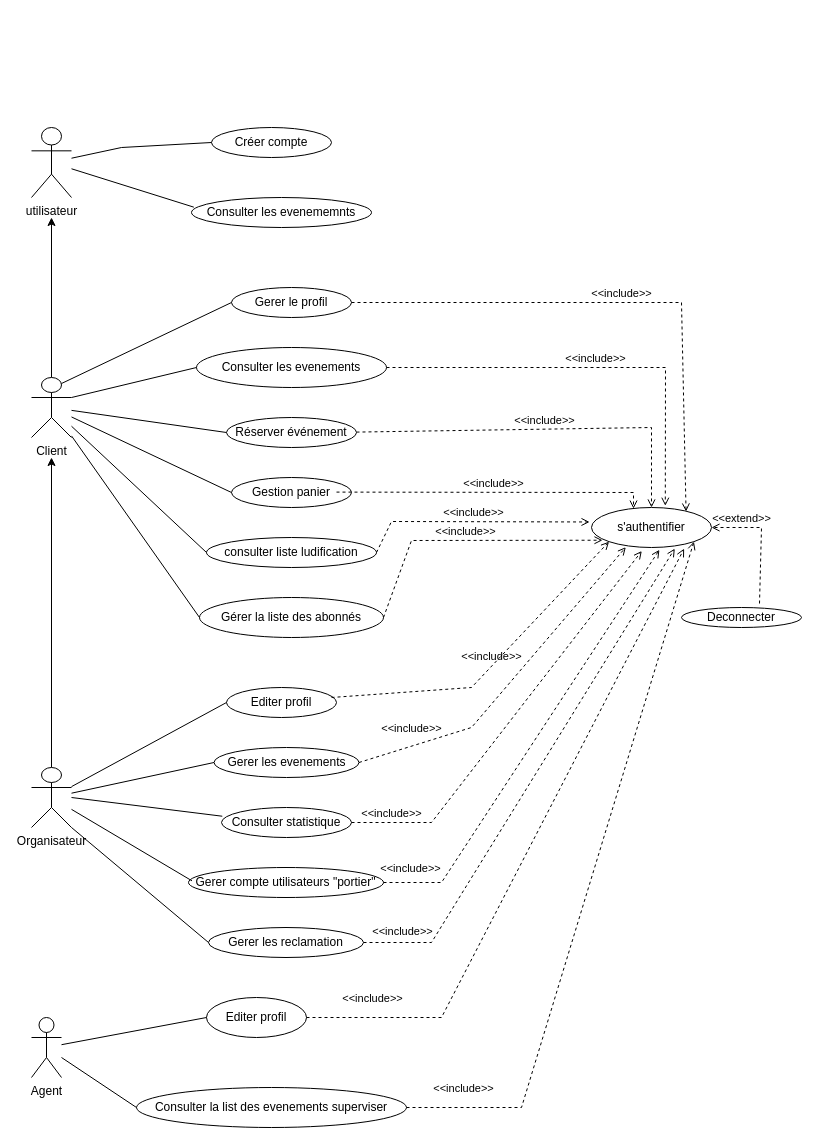
mohamedimem/event- keeps this draw.io diagram as Diagram de cas utilisation/genreal.drawio. Above is the earlier version. Source tidied: cells renumbered, new cells numbered last; positions are measured from the earlier drawing's top-left corner, leaving out a move shared by most shapes. Both pictures are drawn from the tidied source at 100%, with x=0, y=0 at pixel (31, 127).
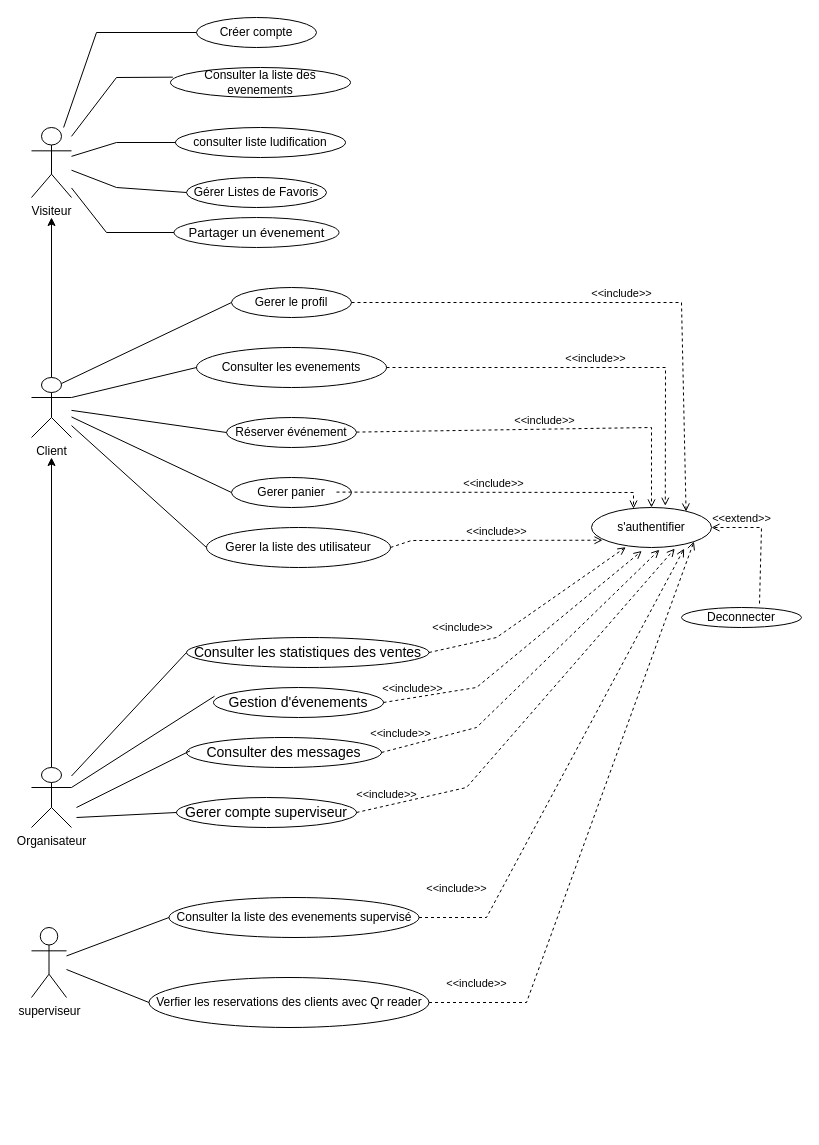
The same diagram, later.

Commit message:
Mettre à jour genreal.drawio

Unchanged cells that the change refers to:
```xml
<mxCell id="8" value="Client" style="shape=umlActor;verticalLabelPosition=bottom;verticalAlign=top;html=1;outlineConnect=0;" parent="1" vertex="1">
  <mxGeometry y="250" width="40" height="60" as="geometry" />
</mxCell>
<mxCell id="23" value="&lt;div&gt;Organisateur&lt;/div&gt;&lt;div&gt;&lt;br&gt;&lt;/div&gt;" style="shape=umlActor;verticalLabelPosition=bottom;verticalAlign=top;html=1;outlineConnect=0;" parent="1" vertex="1">
  <mxGeometry y="640" width="40" height="60" as="geometry" />
</mxCell>
<mxCell id="39" value="s'authentifier" style="ellipse;whiteSpace=wrap;html=1;" parent="1" vertex="1">
  <mxGeometry x="560" y="380" width="120" height="40" as="geometry" />
</mxCell>
```

Change to the diagram source:
```diff
@@
-    <mxCell id="2" value="utilisateur" style="shape=umlActor;verticalLabelPosition=bottom;verticalAlign=top;html=1;outlineConnect=0;" parent="1" vertex="1">
+    <mxCell id="2" value="Visiteur" style="shape=umlActor;verticalLabelPosition=bottom;verticalAlign=top;html=1;outlineConnect=0;" parent="1" vertex="1">
       <mxGeometry width="40" height="70" as="geometry" />
     </mxCell>
     <mxCell id="3" value="Créer compte" style="ellipse;whiteSpace=wrap;html=1;" parent="1" vertex="1">
-      <mxGeometry x="180" width="120" height="30" as="geometry" />
+      <mxGeometry x="165" y="-110" width="120" height="30" as="geometry" />
     </mxCell>
-    <mxCell id="4" value="Consulter les evenememnts" style="ellipse;whiteSpace=wrap;html=1;" parent="1" vertex="1">
-      <mxGeometry x="160" y="70" width="180" height="30" as="geometry" />
+    <mxCell id="4" value="Consulter la liste des evenements" style="ellipse;whiteSpace=wrap;html=1;" parent="1" vertex="1">
+      <mxGeometry x="139" y="-60" width="180" height="30" as="geometry" />
     </mxCell>
     <mxCell id="5" style="endArrow=none;html=1;rounded=0;entryX=0;entryY=0.5;entryDx=0;entryDy=0;" parent="1" edge="1" source="2" target="3">
       <mxGeometry relative="1" as="geometry">
         <Array as="points">
-          <mxPoint x="90" y="20" />
+          <mxPoint x="65" y="-95" />
         </Array>
       </mxGeometry>
     </mxCell>
     <mxCell id="6" style="endArrow=none;html=1;rounded=0;entryX=0.013;entryY=0.322;entryDx=0;entryDy=0;entryPerimeter=0;" parent="1" edge="1" source="2" target="4">
-      <mxGeometry relative="1" as="geometry" />
+      <mxGeometry relative="1" as="geometry">
+        <Array as="points">
+          <mxPoint x="85" y="-50" />
+        </Array>
+      </mxGeometry>
     </mxCell>
@@
-    <mxCell id="10" value="Gestion panier" style="ellipse;whiteSpace=wrap;html=1;" parent="1" vertex="1">
+    <mxCell id="10" value="Gerer panier" style="ellipse;whiteSpace=wrap;html=1;" parent="1" vertex="1">
       <mxGeometry x="200" y="350" width="120" height="30" as="geometry" />
     </mxCell>
@@
-    <mxCell id="12" value="consulter liste ludification" style="ellipse;whiteSpace=wrap;html=1;" parent="1" vertex="1">
-      <mxGeometry x="175" y="410" width="170" height="30" as="geometry" />
-    </mxCell>
@@
-    <mxCell id="14" value="Gérer la liste des abonnés" style="ellipse;whiteSpace=wrap;html=1;" parent="1" vertex="1">
-      <mxGeometry x="168" y="470" width="184" height="40" as="geometry" />
+    <mxCell id="14" value="Gerer la liste des utilisateur" style="ellipse;whiteSpace=wrap;html=1;" parent="1" vertex="1">
+      <mxGeometry x="175" y="400" width="184" height="40" as="geometry" />
     </mxCell>
@@
-    <mxCell id="20" style="endArrow=none;html=1;rounded=0;entryX=0;entryY=0.5;entryDx=0;entryDy=0;" parent="1" edge="1" source="8" target="12">
-      <mxGeometry relative="1" as="geometry" />
-    </mxCell>
@@
-    <mxCell id="24" value="Editer profil" style="ellipse;whiteSpace=wrap;html=1;" parent="1" vertex="1">
-      <mxGeometry x="195" y="560" width="110" height="30" as="geometry" />
-    </mxCell>
-    <mxCell id="25" value="Gerer les evenements" style="ellipse;whiteSpace=wrap;html=1;" parent="1" vertex="1">
-      <mxGeometry x="182.5" y="620" width="145" height="30" as="geometry" />
+    <mxCell id="25" value="&lt;font style=&quot;font-size: 14px;&quot;&gt;Consulter les statistiques des ventes &lt;/font&gt;" style="ellipse;whiteSpace=wrap;html=1;" parent="1" vertex="1">
+      <mxGeometry x="155" y="510" width="242.5" height="30" as="geometry" />
     </mxCell>
-    <mxCell id="26" value="Consulter statistique" style="ellipse;whiteSpace=wrap;html=1;" parent="1" vertex="1">
-      <mxGeometry x="190" y="680" width="130" height="30" as="geometry" />
+    <mxCell id="26" value="&lt;font style=&quot;font-size: 14px;&quot;&gt;Gestion d'évenements&lt;/font&gt;" style="ellipse;whiteSpace=wrap;html=1;" parent="1" vertex="1">
+      <mxGeometry x="182" y="560" width="170" height="30" as="geometry" />
     </mxCell>
-    <mxCell id="27" value="Gerer compte utilisateurs &quot;portier&quot;" style="ellipse;whiteSpace=wrap;html=1;" parent="1" vertex="1">
-      <mxGeometry x="157" y="740" width="195" height="30" as="geometry" />
+    <mxCell id="27" value="&lt;font style=&quot;font-size: 14px;&quot;&gt;Consulter des messages  &lt;/font&gt;" style="ellipse;whiteSpace=wrap;html=1;" parent="1" vertex="1">
+      <mxGeometry x="155" y="610" width="195" height="30" as="geometry" />
     </mxCell>
-    <mxCell id="28" value="Gerer les reclamation" style="ellipse;whiteSpace=wrap;html=1;" parent="1" vertex="1">
-      <mxGeometry x="177" y="800" width="155" height="30" as="geometry" />
+    <mxCell id="28" value="&lt;font style=&quot;font-size: 14px;&quot;&gt;Gerer compte superviseur&lt;/font&gt;" style="ellipse;whiteSpace=wrap;html=1;" parent="1" vertex="1">
+      <mxGeometry x="145" y="670" width="180" height="30" as="geometry" />
     </mxCell>
-    <mxCell id="29" style="endArrow=none;html=1;rounded=0;entryX=0.006;entryY=0.291;entryDx=0;entryDy=0;entryPerimeter=0;" parent="1" edge="1" target="26">
-      <mxGeometry relative="1" as="geometry">
-        <mxPoint x="40" y="670" as="sourcePoint" />
-      </mxGeometry>
+    <mxCell id="29" style="endArrow=none;html=1;rounded=0;entryX=0.006;entryY=0.291;entryDx=0;entryDy=0;entryPerimeter=0;exitX=1;exitY=0.3333333333333333;exitDx=0;exitDy=0;exitPerimeter=0;" parent="1" edge="1" source="23" target="26">
+      <mxGeometry relative="1" as="geometry" />
     </mxCell>
@@
-    <mxCell id="31" style="endArrow=none;html=1;rounded=0;entryX=0;entryY=0.5;entryDx=0;entryDy=0;" parent="1" edge="1" source="23" target="24">
-      <mxGeometry relative="1" as="geometry" />
-    </mxCell>
-    <mxCell id="32" style="endArrow=none;html=1;rounded=0;entryX=0.018;entryY=0.445;entryDx=0;entryDy=0;entryPerimeter=0;" parent="1" edge="1" source="23" target="27">
-      <mxGeometry relative="1" as="geometry" />
+    <mxCell id="32" style="endArrow=none;html=1;rounded=0;entryX=0.018;entryY=0.445;entryDx=0;entryDy=0;entryPerimeter=0;" parent="1" edge="1" target="27">
+      <mxGeometry relative="1" as="geometry">
+        <mxPoint x="45" y="680" as="sourcePoint" />
+      </mxGeometry>
     </mxCell>
-    <mxCell id="33" style="endArrow=none;html=1;rounded=0;exitX=1;exitY=1;exitDx=0;exitDy=0;exitPerimeter=0;entryX=0;entryY=0.5;entryDx=0;entryDy=0;" parent="1" edge="1" source="23" target="28">
-      <mxGeometry relative="1" as="geometry" />
+    <mxCell id="33" style="endArrow=none;html=1;rounded=0;entryX=0;entryY=0.5;entryDx=0;entryDy=0;" parent="1" edge="1" target="28">
+      <mxGeometry relative="1" as="geometry">
+        <mxPoint x="45" y="690" as="sourcePoint" />
+      </mxGeometry>
     </mxCell>
-    <mxCell id="34" value="Agent" style="shape=umlActor;verticalLabelPosition=bottom;verticalAlign=top;html=1;outlineConnect=0;" parent="1" vertex="1">
-      <mxGeometry y="890" width="30" height="60" as="geometry" />
+    <mxCell id="34" value="superviseur" style="shape=umlActor;verticalLabelPosition=bottom;verticalAlign=top;html=1;outlineConnect=0;" parent="1" vertex="1">
+      <mxGeometry y="800" width="35" height="70" as="geometry" />
     </mxCell>
-    <mxCell id="35" value="Editer profil" style="ellipse;whiteSpace=wrap;html=1;" parent="1" vertex="1">
-      <mxGeometry x="175" y="870" width="100" height="40" as="geometry" />
+    <mxCell id="35" value="Consulter la liste des evenements supervisé" style="ellipse;whiteSpace=wrap;html=1;" parent="1" vertex="1">
+      <mxGeometry x="137.5" y="770" width="250" height="40" as="geometry" />
     </mxCell>
-    <mxCell id="36" value="Consulter la list des evenements superviser" style="ellipse;whiteSpace=wrap;html=1;" parent="1" vertex="1">
-      <mxGeometry x="105" y="960" width="270" height="40" as="geometry" />
+    <mxCell id="36" value="Verfier les reservations des clients avec Qr reader" style="ellipse;whiteSpace=wrap;html=1;" parent="1" vertex="1">
+      <mxGeometry x="117.5" y="850" width="280" height="50" as="geometry" />
     </mxCell>
@@
-    <mxCell id="44" value="&amp;lt;&amp;lt;include&amp;gt;&amp;gt;" style="html=1;verticalAlign=bottom;labelBackgroundColor=none;endArrow=open;endFill=0;dashed=1;rounded=0;exitX=1;exitY=0.5;exitDx=0;exitDy=0;entryX=-0.016;entryY=0.362;entryDx=0;entryDy=0;entryPerimeter=0;" parent="1" edge="1" source="12" target="39">
-      <mxGeometry relative="1" as="geometry">
-        <Array as="points">
-          <mxPoint x="360" y="394" />
-        </Array>
-      </mxGeometry>
-    </mxCell>
@@
-    <mxCell id="46" value="&amp;lt;&amp;lt;include&amp;gt;&amp;gt;" style="html=1;verticalAlign=bottom;labelBackgroundColor=none;endArrow=open;endFill=0;dashed=1;rounded=0;exitX=0.955;exitY=0.333;exitDx=0;exitDy=0;exitPerimeter=0;entryX=0;entryY=1;entryDx=0;entryDy=0;" parent="1" edge="1" source="24" target="39">
-      <mxGeometry relative="1" as="geometry">
-        <Array as="points">
-          <mxPoint x="440" y="560" />
-        </Array>
-      </mxGeometry>
-    </mxCell>
     <mxCell id="47" value="&amp;lt;&amp;lt;include&amp;gt;&amp;gt;" style="html=1;verticalAlign=bottom;labelBackgroundColor=none;endArrow=open;endFill=0;dashed=1;rounded=0;exitX=1;exitY=0.5;exitDx=0;exitDy=0;entryX=0.286;entryY=0.992;entryDx=0;entryDy=0;entryPerimeter=0;" parent="1" edge="1" source="25" target="39">
       <mxGeometry x="-0.68" y="8" relative="1" as="geometry">
         <Array as="points">
-          <mxPoint x="440" y="600" />
+          <mxPoint x="465" y="510" />
         </Array>
       </mxGeometry>
     </mxCell>
     <mxCell id="48" value="&amp;lt;&amp;lt;include&amp;gt;&amp;gt;" style="html=1;verticalAlign=bottom;labelBackgroundColor=none;endArrow=open;endFill=0;dashed=1;rounded=0;exitX=1;exitY=0.5;exitDx=0;exitDy=0;entryX=0.419;entryY=1.087;entryDx=0;entryDy=0;entryPerimeter=0;" parent="1" edge="1" source="26" target="39">
       <mxGeometry x="-0.81" relative="1" as="geometry">
         <Array as="points">
-          <mxPoint x="400" y="695" />
+          <mxPoint x="445" y="560" />
         </Array>
       </mxGeometry>
     </mxCell>
     <mxCell id="49" value="&amp;lt;&amp;lt;include&amp;gt;&amp;gt;" style="html=1;verticalAlign=bottom;labelBackgroundColor=none;endArrow=open;endFill=0;dashed=1;rounded=0;exitX=1;exitY=0.5;exitDx=0;exitDy=0;entryX=0.566;entryY=1.057;entryDx=0;entryDy=0;entryPerimeter=0;" parent="1" edge="1" source="27" target="39">
       <mxGeometry x="-0.88" y="5" relative="1" as="geometry">
         <Array as="points">
-          <mxPoint x="410" y="755" />
+          <mxPoint x="445" y="600" />
         </Array>
       </mxGeometry>
     </mxCell>
     <mxCell id="50" value="&amp;lt;&amp;lt;include&amp;gt;&amp;gt;" style="html=1;verticalAlign=bottom;labelBackgroundColor=none;endArrow=open;endFill=0;dashed=1;rounded=0;exitX=1;exitY=0.5;exitDx=0;exitDy=0;entryX=1;entryY=1;entryDx=0;entryDy=0;" parent="1" edge="1" source="36" target="39">
       <mxGeometry x="-0.84" y="10" relative="1" as="geometry">
         <Array as="points">
-          <mxPoint x="490" y="980" />
+          <mxPoint x="495" y="875" />
         </Array>
       </mxGeometry>
     </mxCell>
-    <mxCell id="51" value="&amp;lt;&amp;lt;include&amp;gt;&amp;gt;" style="html=1;verticalAlign=bottom;labelBackgroundColor=none;endArrow=open;endFill=0;dashed=1;rounded=0;entryX=0.772;entryY=1.028;entryDx=0;entryDy=0;entryPerimeter=0;" parent="1" edge="1" target="39">
-      <mxGeometry x="-0.8" y="10" relative="1" as="geometry">
-        <mxPoint x="275" y="890" as="sourcePoint" />
+    <mxCell id="51" value="&amp;lt;&amp;lt;include&amp;gt;&amp;gt;" style="html=1;verticalAlign=bottom;labelBackgroundColor=none;endArrow=open;endFill=0;dashed=1;rounded=0;entryX=0.772;entryY=1.028;entryDx=0;entryDy=0;entryPerimeter=0;exitX=1;exitY=0.5;exitDx=0;exitDy=0;" parent="1" edge="1" source="35" target="39">
+      <mxGeometry x="-0.85" y="20" relative="1" as="geometry">
         <Array as="points">
-          <mxPoint x="410" y="890" />
+          <mxPoint x="455" y="790" />
         </Array>
+        <mxPoint x="1" as="offset" />
       </mxGeometry>
     </mxCell>
     <mxCell id="52" value="&amp;lt;&amp;lt;include&amp;gt;&amp;gt;" style="html=1;verticalAlign=bottom;labelBackgroundColor=none;endArrow=open;endFill=0;dashed=1;rounded=0;exitX=1;exitY=0.5;exitDx=0;exitDy=0;entryX=0.694;entryY=1.028;entryDx=0;entryDy=0;entryPerimeter=0;" parent="1" edge="1" source="28" target="39">
       <mxGeometry x="-0.85" y="2" relative="1" as="geometry">
         <Array as="points">
-          <mxPoint x="400" y="815" />
+          <mxPoint x="435" y="660" />
         </Array>
         <mxPoint x="-1" as="offset" />
       </mxGeometry>
     </mxCell>
@@
+    <mxCell id="12" value="consulter liste ludification" style="ellipse;whiteSpace=wrap;html=1;" parent="1" vertex="1">
+      <mxGeometry x="144" width="170" height="30" as="geometry" />
+    </mxCell>
+    <mxCell id="55" value="Partager un évenement" style="html=1;overflow=block;blockSpacing=1;whiteSpace=wrap;ellipse;fontSize=13;spacing=3.8;strokeColor=#080808;strokeOpacity=100;rounded=1;absoluteArcSize=1;arcSize=9;strokeWidth=1;lucidId=KpitLF8Kvkj4;" parent="1" vertex="1">
+      <mxGeometry x="142.5" y="90" width="165" height="30" as="geometry" />
+    </mxCell>
+    <mxCell id="56" style="endArrow=none;html=1;rounded=0;entryX=0;entryY=0.5;entryDx=0;entryDy=0;" parent="1" edge="1" source="2" target="12">
+      <mxGeometry relative="1" as="geometry">
+        <Array as="points">
+          <mxPoint x="85" y="15" />
+        </Array>
+      </mxGeometry>
+    </mxCell>
+    <mxCell id="57" style="endArrow=none;html=1;rounded=0;entryX=0;entryY=0.5;entryDx=0;entryDy=0;" parent="1" edge="1" source="2" target="55">
+      <mxGeometry relative="1" as="geometry">
+        <Array as="points">
+          <mxPoint x="75" y="105" />
+        </Array>
+      </mxGeometry>
+    </mxCell>
+    <mxCell id="58" value="Gérer Listes de Favoris " style="ellipse;whiteSpace=wrap;html=1;" parent="1" vertex="1">
+      <mxGeometry x="155" y="50" width="140" height="30" as="geometry" />
+    </mxCell>
+    <mxCell id="59" style="endArrow=none;html=1;rounded=0;entryX=0;entryY=0.5;entryDx=0;entryDy=0;" parent="1" edge="1" source="2" target="58">
+      <mxGeometry relative="1" as="geometry">
+        <Array as="points">
+          <mxPoint x="85" y="60" />
+        </Array>
+      </mxGeometry>
+    </mxCell>
```
